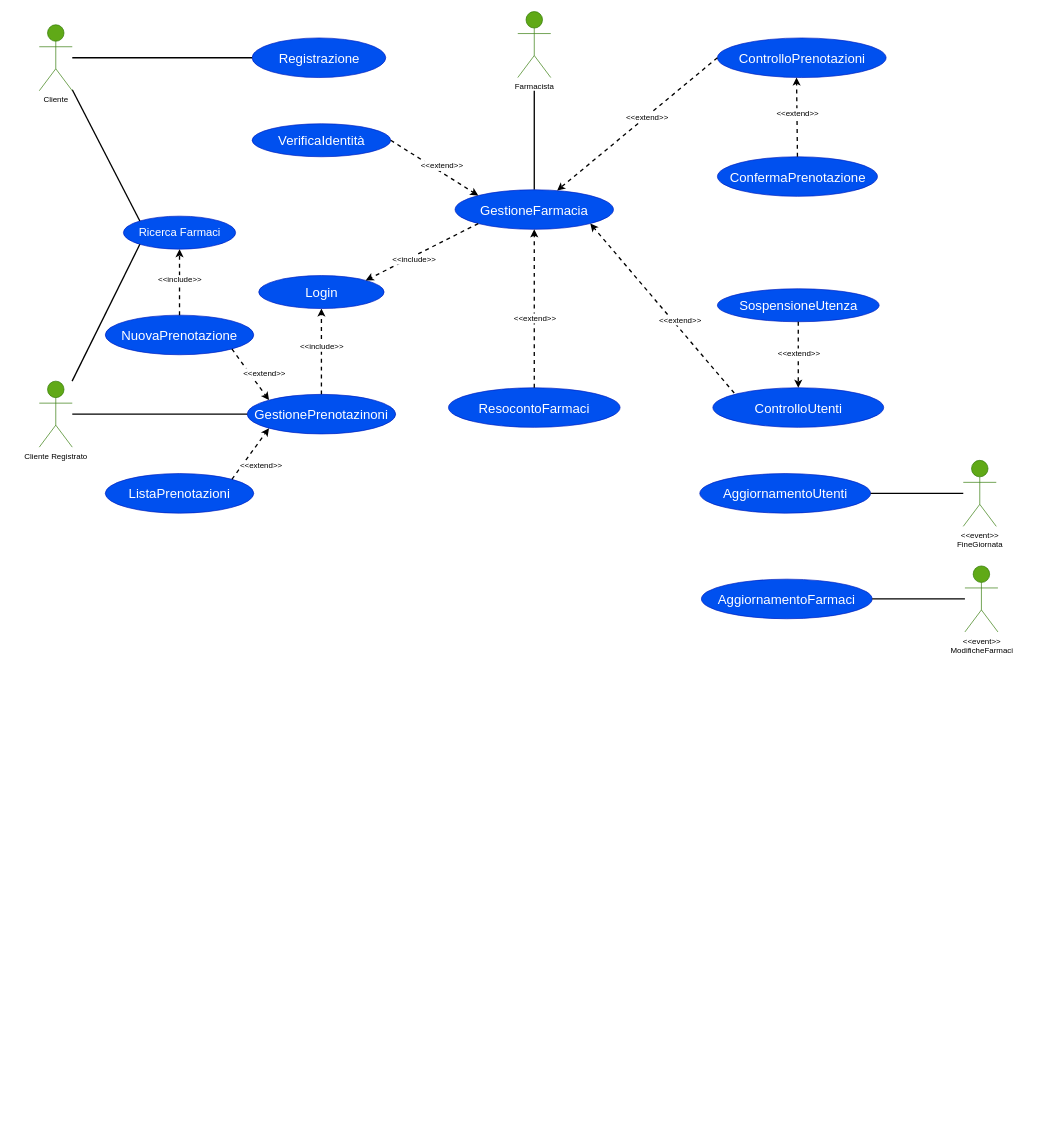
Earlier version of the draw.io diagram drawio/Analisi/CasiUso.drawio (lnwor/farmabyte-doc). Source tidied: cells renumbered, new cells numbered last; positions are measured from the earlier drawing's top-left corner, leaving out a move shared by most shapes. Both pictures are drawn from the tidied source at 66%, with x=0, y=0 at pixel (39, 11).
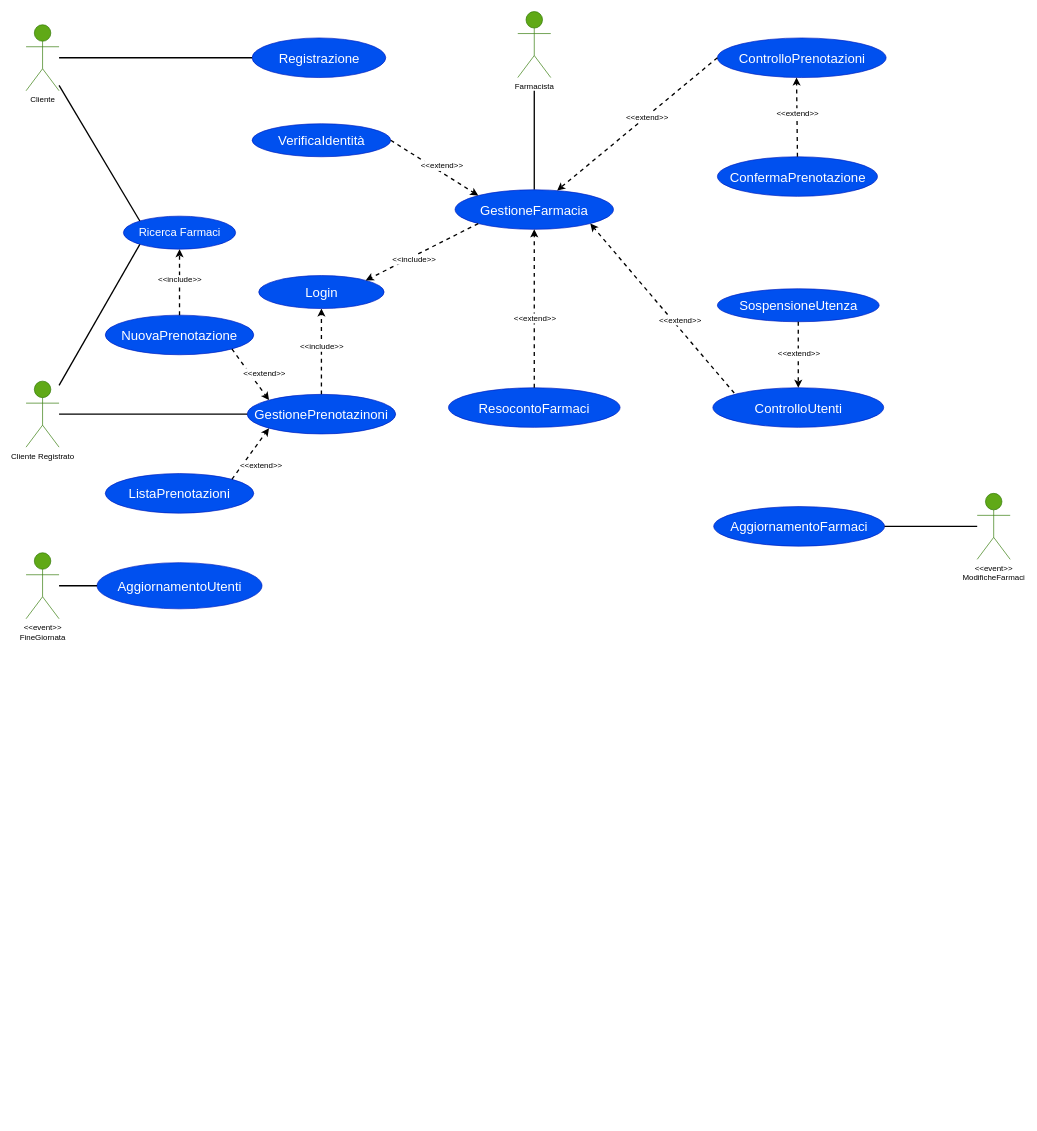
The same diagram, later.

The edit, as a diff of the source:
```diff
@@
-    <mxCell id="34" style="edgeStyle=orthogonalEdgeStyle;rounded=0;orthogonalLoop=1;jettySize=auto;html=1;exitX=0.5;exitY=1;exitDx=0;exitDy=0;" parent="1" edge="1">
-      <mxGeometry relative="1" as="geometry">
-        <mxPoint x="426.5" y="1670" as="sourcePoint" />
-        <mxPoint x="426.5" y="1670" as="targetPoint" />
-      </mxGeometry>
-    </mxCell>
     <mxCell id="35" value="&lt;div&gt;Cliente&lt;/div&gt;" style="shape=umlActor;verticalLabelPosition=bottom;verticalAlign=top;html=1;outlineConnect=0;labelBackgroundColor=none;fontSize=12;fillColor=#60a917;strokeColor=#2D7600;" parent="1" vertex="1">
-      <mxGeometry y="20" width="50" height="100" as="geometry" />
+      <mxGeometry x="-20" y="20" width="50" height="100" as="geometry" />
     </mxCell>
@@
     <mxCell id="37" value="&lt;div&gt;Cliente Registrato&lt;/div&gt;" style="shape=umlActor;verticalLabelPosition=bottom;verticalAlign=top;html=1;outlineConnect=0;labelBackgroundColor=none;fontSize=12;fillColor=#60a917;strokeColor=#2D7600;" parent="1" vertex="1">
-      <mxGeometry y="560" width="50" height="100" as="geometry" />
+      <mxGeometry x="-20" y="560" width="50" height="100" as="geometry" />
     </mxCell>
@@
     <mxCell id="46" value="&lt;div&gt;&amp;lt;&amp;lt;event&amp;gt;&amp;gt;&lt;/div&gt;&lt;div&gt;FineGiornata&lt;br&gt;&lt;/div&gt;" style="shape=umlActor;verticalLabelPosition=bottom;verticalAlign=top;html=1;outlineConnect=0;labelBackgroundColor=none;fontSize=12;fillColor=#60a917;strokeColor=#2D7600;" parent="1" vertex="1">
-      <mxGeometry x="1400" y="680" width="50" height="100" as="geometry" />
+      <mxGeometry x="-20" y="820" width="50" height="100" as="geometry" />
     </mxCell>
     <mxCell id="47" value="AggiornamentoUtenti" style="ellipse;whiteSpace=wrap;html=1;labelBackgroundColor=none;fontSize=20;fillColor=#0050ef;strokeColor=#001DBC;fontColor=#ffffff;" parent="1" vertex="1">
-      <mxGeometry x="1000.8" y="700" width="258.8" height="60" as="geometry" />
+      <mxGeometry x="87.5" y="835" width="250" height="70" as="geometry" />
     </mxCell>
@@
     <mxCell id="49" value="&lt;div&gt;&amp;lt;&amp;lt;event&amp;gt;&amp;gt;&lt;/div&gt;&lt;div&gt;ModificheFarmaci&lt;/div&gt;" style="shape=umlActor;verticalLabelPosition=bottom;verticalAlign=top;html=1;outlineConnect=0;labelBackgroundColor=none;fontSize=12;fillColor=#60a917;strokeColor=#2D7600;" parent="1" vertex="1">
-      <mxGeometry x="1402.5" y="840" width="50" height="100" as="geometry" />
+      <mxGeometry x="1421.1" y="730" width="50" height="100" as="geometry" />
     </mxCell>
     <mxCell id="50" value="AggiornamentoFarmaci" style="ellipse;whiteSpace=wrap;html=1;labelBackgroundColor=none;fontSize=20;fillColor=#0050ef;strokeColor=#001DBC;fontColor=#ffffff;" parent="1" vertex="1">
-      <mxGeometry x="1003.2" y="860" width="258.8" height="60" as="geometry" />
+      <mxGeometry x="1021.9" y="750" width="258.8" height="60" as="geometry" />
     </mxCell>
```
